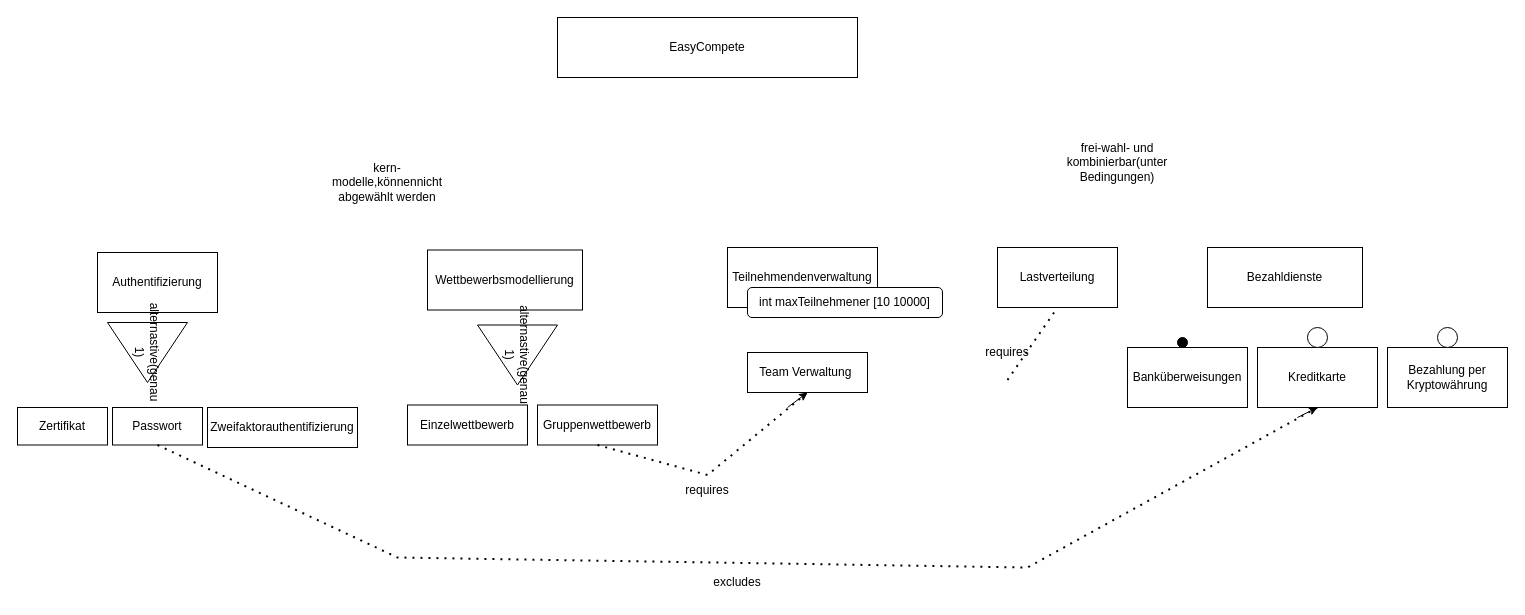
The draw.io diagram se11.drawio in Hiba97/Software-Engineering, before the edit. Source tidied: cells renumbered, new cells numbered last; positions are measured from the earlier drawing's top-left corner, leaving out a move shared by most shapes. Both pictures are drawn from the tidied source at 100%, with x=0, y=0 at pixel (17, 17).
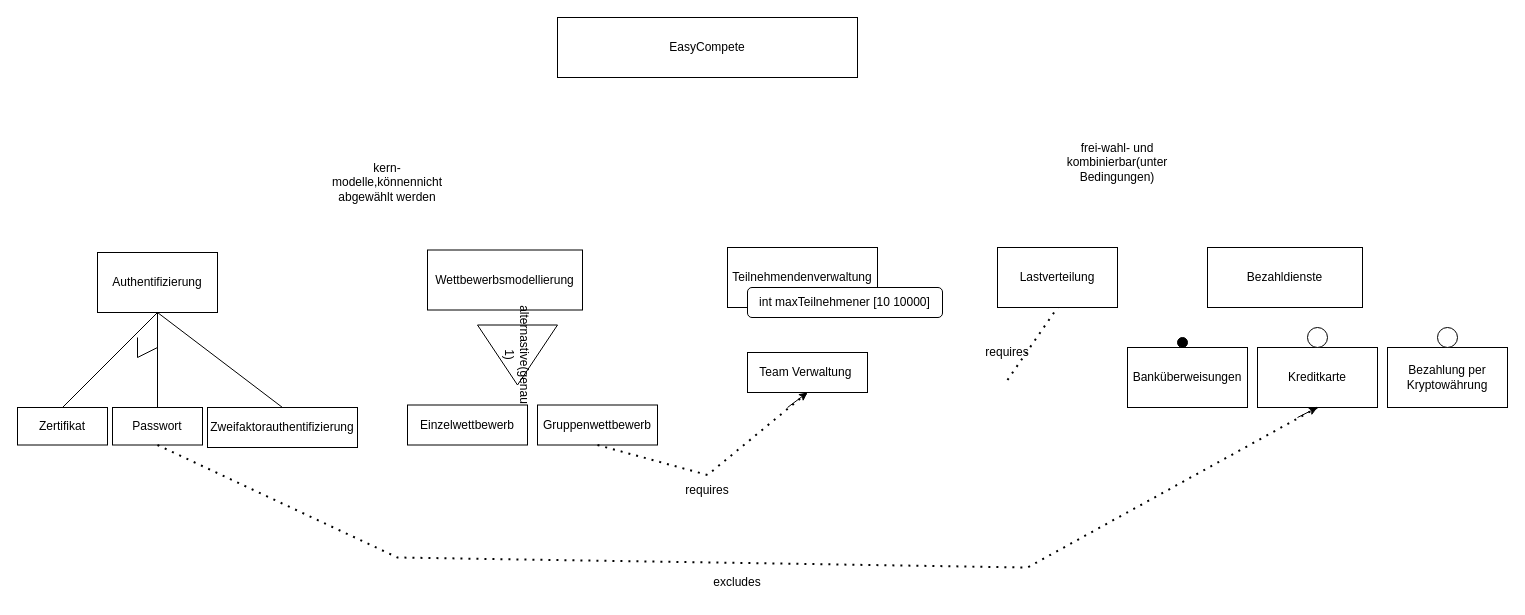
After the change.

The change refers to these unchanged cells:
```xml
<mxCell id="6" value="Authentifizierung" style="rounded=0;whiteSpace=wrap;html=1;" parent="1" vertex="1">
  <mxGeometry x="80" y="235" width="120" height="60" as="geometry" />
</mxCell>
<mxCell id="22" value="Passwort" style="rounded=0;whiteSpace=wrap;html=1;fillColor=#FFFFFF;" parent="1" vertex="1">
  <mxGeometry x="95" y="390" width="90" height="37.5" as="geometry" />
</mxCell>
<mxCell id="23" value="Zertifikat" style="rounded=0;whiteSpace=wrap;html=1;fillColor=#FFFFFF;" parent="1" vertex="1">
  <mxGeometry y="390" width="90" height="37.5" as="geometry" />
</mxCell>
<mxCell id="24" value="Zweifaktorauthentifizierung" style="rounded=0;whiteSpace=wrap;html=1;fillColor=#FFFFFF;" parent="1" vertex="1">
  <mxGeometry x="190" y="390" width="150" height="40" as="geometry" />
</mxCell>
```

Diff of the diagram source:
```diff
@@
-    <mxCell id="25" value="alternastive(genau 1)" style="triangle;whiteSpace=wrap;html=1;rotation=90;" parent="1" vertex="1">
-      <mxGeometry x="100" y="295" width="60" height="80" as="geometry" />
-    </mxCell>
@@
+    <mxCell id="33" style="endArrow=none;html=1;rounded=0;exitX=0.5;exitY=0;exitDx=0;exitDy=0;entryX=0.5;entryY=1;entryDx=0;entryDy=0;" parent="1" edge="1" source="23" target="6">
+      <mxGeometry relative="1" as="geometry" />
+    </mxCell>
+    <mxCell id="34" style="endArrow=none;html=1;rounded=0;exitX=0.5;exitY=0;exitDx=0;exitDy=0;entryX=0.5;entryY=1;entryDx=0;entryDy=0;" parent="1" edge="1" source="22" target="6">
+      <mxGeometry relative="1" as="geometry" />
+    </mxCell>
+    <mxCell id="35" style="endArrow=none;html=1;rounded=0;exitX=0.5;exitY=0;exitDx=0;exitDy=0;entryX=0.5;entryY=1;entryDx=0;entryDy=0;" parent="1" edge="1" source="24" target="6">
+      <mxGeometry relative="1" as="geometry" />
+    </mxCell>
+    <mxCell id="36" style="endArrow=none;html=1;rounded=0;" parent="1" edge="1">
+      <mxGeometry relative="1" as="geometry">
+        <mxPoint x="120" y="320" as="sourcePoint" />
+        <mxPoint x="140" y="330" as="targetPoint" />
+        <Array as="points">
+          <mxPoint x="120" y="340" />
+        </Array>
+      </mxGeometry>
+    </mxCell>
```
